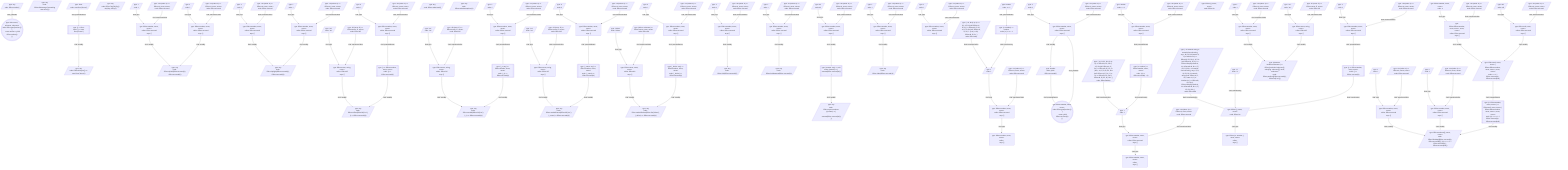
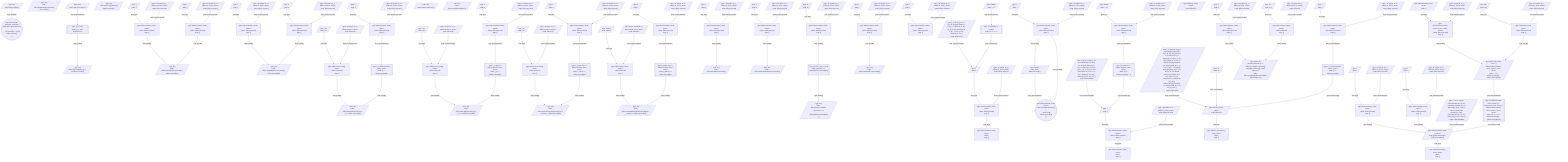
flowchart TB
  0((("type: Effect#lt;void, unknown, unknown#gt;<br/>node: Effect.gen#40;function*#40;#41; #123;#92;n    const runtime = yield* Effect.runtime#40;#41;#92;n#125;#41;")))
  1[/"type: any<br/>node: Effect.runtime#40;#41;"/]
  2[/"type: any<br/>node: Effect.dieMessage#40;#quot;something went wrong#quot;#41;"/]
  3[/"type: any<br/>node: Effect.dieSync#40;#40;#41; =#gt; new Error#40;#quot;boom#quot;#41;#41;"/]
  4[["type: #40;#41; =#gt; Error<br/>node: #40;#41; =#gt; new Error#40;#quot;boom#quot;#41;"]]
  5[/"type: Error<br/>node: new Error#40;#quot;boom#quot;#41;"/]
  6[/"type: any<br/>node: Effect.Tag#40;#quot;MyTag#quot;#41;#lt;MyTag, string#gt;#40;#41;"/]
  7[/"type: any<br/>node: Effect.zipLeft#40;Effect.succeed#40;1#41;, Effect.succeed#40;2#41;#41;"/]
  8[/"type: 1<br/>node: 1"/]
  9["type: Effect#lt;number, never, never#gt;<br/>callee: Effect.succeed<br/>args: #91;#93;"]
  10[/"type: #lt;A#gt;#40;value: A#41; =#gt; Effect#lt;A, never, never#gt;<br/>node: Effect.succeed"/]
  11[/"type: 2<br/>node: 2"/]
  12["type: Effect#lt;number, never, never#gt;<br/>callee: Effect.succeed<br/>args: #91;#93;"]
  13[/"type: #lt;A#gt;#40;value: A#41; =#gt; Effect#lt;A, never, never#gt;<br/>node: Effect.succeed"/]
  14[/"type: any<br/>node: Effect.zipRight#40;Effect.succeed#40;1#41;, Effect.succeed#40;2#41;#41;"/]
  15[/"type: 1<br/>node: 1"/]
  16["type: Effect#lt;number, never, never#gt;<br/>callee: Effect.succeed<br/>args: #91;#93;"]
  17[/"type: #lt;A#gt;#40;value: A#41; =#gt; Effect#lt;A, never, never#gt;<br/>node: Effect.succeed"/]
  18[/"type: 2<br/>node: 2"/]
  19["type: Effect#lt;number, never, never#gt;<br/>callee: Effect.succeed<br/>args: #91;#93;"]
  20[/"type: #lt;A#gt;#40;value: A#41; =#gt; Effect#lt;A, never, never#gt;<br/>node: Effect.succeed"/]
  21[/"type: any<br/>node: Effect.orElse#40;Effect.fail#40;#quot;err#quot;#41;, #40;#41; =#gt; Effect.succeed#40;0#41;#41;"/]
  22[/"type: #quot;err#quot;<br/>node: #quot;err#quot;"/]
  23["type: Effect#lt;never, string, never#gt;<br/>callee: Effect.fail<br/>args: #91;#93;"]
  24[/"type: #lt;E#gt;#40;error: E#41; =#gt; Effect#lt;never, E, never#gt;<br/>node: Effect.fail"/]
  25[["type: #40;#41; =#gt; Effect#lt;number, never, never#gt;<br/>node: #40;#41; =#gt; Effect.succeed#40;0#41;"]]
  26[/"type: 0<br/>node: 0"/]
  27["type: Effect#lt;number, never, never#gt;<br/>callee: Effect.succeed<br/>args: #91;#93;"]
  28[/"type: #lt;A#gt;#40;value: A#41; =#gt; Effect#lt;A, never, never#gt;<br/>node: Effect.succeed"/]
  29[/"type: any<br/>node: Effect.makeLatch#40;#41;"/]
  30[/"type: any<br/>node: Effect.makeSemaphore#40;1#41;"/]
  31[/"type: any<br/>node: Effect.catchAll#40;Effect.fail#40;#quot;err#quot;#41;, #40;_e#41; =#gt; Effect.succeed#40;0#41;#41;"/]
  32[/"type: #quot;err#quot;<br/>node: #quot;err#quot;"/]
  33["type: Effect#lt;never, string, never#gt;<br/>callee: Effect.fail<br/>args: #91;#93;"]
  34[/"type: #lt;E#gt;#40;error: E#41; =#gt; Effect#lt;never, E, never#gt;<br/>node: Effect.fail"/]
  35[["type: #40;_e: any#41; =#gt; Effect#lt;number, never, never#gt;<br/>node: #40;_e#41; =#gt; Effect.succeed#40;0#41;"]]
  36[/"type: 0<br/>node: 0"/]
  37["type: Effect#lt;number, never, never#gt;<br/>callee: Effect.succeed<br/>args: #91;#93;"]
  38[/"type: #lt;A#gt;#40;value: A#41; =#gt; Effect#lt;A, never, never#gt;<br/>node: Effect.succeed"/]
  39[/"type: any<br/>node: Effect.catchAllCause#40;Effect.fail#40;#quot;err#quot;#41;, #40;_cause#41; =#gt; Effect.succeed#40;0#41;#41;"/]
  40[/"type: #quot;err#quot;<br/>node: #quot;err#quot;"/]
  41["type: Effect#lt;never, string, never#gt;<br/>callee: Effect.fail<br/>args: #91;#93;"]
  42[/"type: #lt;E#gt;#40;error: E#41; =#gt; Effect#lt;never, E, never#gt;<br/>node: Effect.fail"/]
  43[["type: #40;_cause: any#41; =#gt; Effect#lt;number, never, never#gt;<br/>node: #40;_cause#41; =#gt; Effect.succeed#40;0#41;"]]
  44[/"type: 0<br/>node: 0"/]
  45["type: Effect#lt;number, never, never#gt;<br/>callee: Effect.succeed<br/>args: #91;#93;"]
  46[/"type: #lt;A#gt;#40;value: A#41; =#gt; Effect#lt;A, never, never#gt;<br/>node: Effect.succeed"/]
  47[/"type: any<br/>node: Effect.catchAllDefect#40;Effect.die#40;#quot;defect#quot;#41;, #40;_defect#41; =#gt; Effect.succeed#40;0#41;#41;"/]
  48[/"type: #quot;defect#quot;<br/>node: #quot;defect#quot;"/]
  49["type: Effect#lt;never, never, never#gt;<br/>callee: Effect.die<br/>args: #91;#93;"]
  50[/"type: #40;defect: unknown#41; =#gt; Effect#lt;never, never, never#gt;<br/>node: Effect.die"/]
  51[["type: #40;_defect: any#41; =#gt; Effect#lt;number, never, never#gt;<br/>node: #40;_defect#41; =#gt; Effect.succeed#40;0#41;"]]
  52[/"type: 0<br/>node: 0"/]
  53["type: Effect#lt;number, never, never#gt;<br/>callee: Effect.succeed<br/>args: #91;#93;"]
  54[/"type: #lt;A#gt;#40;value: A#41; =#gt; Effect#lt;A, never, never#gt;<br/>node: Effect.succeed"/]
  55[/"type: any<br/>node: Effect.fork#40;Effect.succeed#40;1#41;#41;"/]
  56[/"type: 1<br/>node: 1"/]
  57["type: Effect#lt;number, never, never#gt;<br/>callee: Effect.succeed<br/>args: #91;#93;"]
  58[/"type: #lt;A#gt;#40;value: A#41; =#gt; Effect#lt;A, never, never#gt;<br/>node: Effect.succeed"/]
  59[/"type: any<br/>node: Effect.forkDaemon#40;Effect.succeed#40;1#41;#41;"/]
  60[/"type: 1<br/>node: 1"/]
  61["type: Effect#lt;number, never, never#gt;<br/>callee: Effect.succeed<br/>args: #91;#93;"]
  62[/"type: #lt;A#gt;#40;value: A#41; =#gt; Effect#lt;A, never, never#gt;<br/>node: Effect.succeed"/]
  63[/"type: any<br/>node: Effect.async#lt;number#gt;#40;#40;resume#41; =#gt; #123;#92;n    resume#40;Effect.succeed#40;42#41;#41;#92;n#125;#41;"/]
  64[["type: #40;resume: any#41; =#gt; void<br/>node: #40;resume#41; =#gt; #123;#92;n    resume#40;Effect.succeed#40;42#41;#41;#92;n#125;"]]
  65[/"type: 42<br/>node: 42"/]
  66["type: Effect#lt;number, never, never#gt;<br/>callee: Effect.succeed<br/>args: #91;#93;"]
  67[/"type: #lt;A#gt;#40;value: A#41; =#gt; Effect#lt;A, never, never#gt;<br/>node: Effect.succeed"/]
  68[/"type: any<br/>node: Effect.either#40;Effect.succeed#40;1#41;#41;"/]
  69[/"type: 1<br/>node: 1"/]
  70["type: Effect#lt;number, never, never#gt;<br/>callee: Effect.succeed<br/>args: #91;#93;"]
  71[/"type: #lt;A#gt;#40;value: A#41; =#gt; Effect#lt;A, never, never#gt;<br/>node: Effect.succeed"/]
  72[/"type: 1<br/>node: 1"/]
  73["type: Effect#lt;number, never, never#gt;<br/>callee: Effect.succeed<br/>args: #91;#93;"]
  74[/"type: #lt;A#gt;#40;value: A#41; =#gt; Effect#lt;A, never, never#gt;<br/>node: Effect.succeed"/]
  75[/"type: 1<br/>node: 1"/]
  76["type: Effect#lt;number, never, never#gt;<br/>callee: Effect.succeed<br/>args: #91;#93;"]
  77[/"type: #lt;A#gt;#40;value: A#41; =#gt; Effect#lt;A, never, never#gt;<br/>node: Effect.succeed"/]
  78["type: Effect#lt;number, never, never#gt;<br/>callee: <br/>args: #91;#93;"]
  79[/"type: #123; #lt;A, B#gt;#40;f: #40;a: A#41; =#gt; B#41;: #lt;E, R#gt;#40;self: Effect#lt;A, E, R#gt;#41; =#gt; Effect#lt;B, E, R#gt;; #lt;A, E, R, B#gt;#40;self: Effect#lt;A, E, R#gt;, f: #40;a: A#41; =#gt; B#41;: Effect#lt;B, E, R#gt;; #125;<br/>node: Effect.map"/]
  80[["type: #40;n: number#41; =#gt; number<br/>node: #40;n#41; =#gt; n + 1"]]
  81[/"type: number<br/>node: n + 1"/]
  82((("type: Effect#lt;number, never, never#gt;<br/>node: Effect.gen#40;function*#40;#41; #123;#92;n    return yield* Effect.succeed#40;1#41;#92;n#125;#41;")))
  83[/"type: number<br/>node: yield* Effect.succeed#40;1#41;"/]
  84[/"type: 1<br/>node: 1"/]
  85["type: Effect#lt;number, never, never#gt;<br/>callee: Effect.succeed<br/>args: #91;#93;"]
  86[/"type: #lt;A#gt;#40;value: A#41; =#gt; Effect#lt;A, never, never#gt;<br/>node: Effect.succeed"/]
  87[/"type: 1<br/>node: 1"/]
  88["type: Effect#lt;number, never, never#gt;<br/>callee: Effect.succeed<br/>args: #91;#93;"]
  89[/"type: #lt;A#gt;#40;value: A#41; =#gt; Effect#lt;A, never, never#gt;<br/>node: Effect.succeed"/]
  90["type: Effect#lt;number, never, never#gt;<br/>callee: <br/>args: #91;#93;"]
  91[/"type: #123; #lt;A, B, E1, R1#gt;#40;f: #40;a: A#41; =#gt; Effect#lt;B, E1, R1#gt;#41;: #lt;E, R#gt;#40;self: Effect#lt;A, E, R#gt;#41; =#gt; Effect#lt;B, E #124; E1, R #124; R1#gt;; #lt;A, E, R, B, E1, R1#gt;#40;self: Effect#lt;A, E, R#gt;, f: #40;a: A#41; =#gt; Effect#lt;B, E1, R1#gt;#41;: Effect#lt;B, E #124; E1, R #124; R1#gt;; #125;<br/>node: Effect.flatMap"/]
  92[["type: #40;n: number#41; =#gt; Effect#lt;number, never, never#gt;<br/>node: #40;n#41; =#gt; Effect.succeed#40;n + 1#41;"]]
  93[/"type: number<br/>node: n + 1"/]
  94["type: Effect#lt;number, never, never#gt;<br/>callee: Effect.succeed<br/>args: #91;#93;"]
  95[/"type: #lt;A#gt;#40;value: A#41; =#gt; Effect#lt;A, never, never#gt;<br/>node: Effect.succeed"/]
  96[/"type: Effect#lt;#123;#125;, never, never#gt;<br/>node: Effect.Do"/]
  97[/"type: Effect#lt;#123;#125;, never, never#gt;<br/>node: Effect.Do"/]
  98["type: Effect#lt;#123; a: number; #125;, never, never#gt;<br/>callee: <br/>args: #91;#93;"]
  99[/"type: #123; #lt;N extends string, A extends Record#lt;string, any#gt;, B, E2, R2#gt;#40;name: N, f: #40;a: NoInfer#lt;A#gt;#41; =#gt; Effect#lt;B, E2, R2#gt;#41;: #lt;E, R#gt;#40;self: Effect#lt;A, E, R#gt;#41; =#gt; Effect#lt;Simplify#lt;Omit#lt;A, N#gt; #amp; Record#lt;N, B#gt;#gt;, E #124; E2, R #124; R2#gt;; #lt;A extends Record#lt;string, any#gt;, E, R, B, E2, R2, N extends string#gt;#40;self: Effect#lt;A, E, R#gt;, name: N, f: #40;a: NoInfer#lt;A#gt;#41; =#gt; Effect#lt;B, E2, R2#gt;#41;: Effect#lt;Simplify#lt;Omit#lt;A, N#gt; #amp; Record#lt;N, B#gt;#gt;, E #124; E2, R #124; R2#gt;; #125;<br/>node: Effect.bind"/]
  100[/"type: #quot;a#quot;<br/>node: #quot;a#quot;"/]
  101[["type: #40;#41; =#gt; Effect#lt;number, never, never#gt;<br/>node: #40;#41; =#gt; Effect.succeed#40;1#41;"]]
  102[/"type: 1<br/>node: 1"/]
  103["type: Effect#lt;number, never, never#gt;<br/>callee: Effect.succeed<br/>args: #91;#93;"]
  104[/"type: #lt;A#gt;#40;value: A#41; =#gt; Effect#lt;A, never, never#gt;<br/>node: Effect.succeed"/]
  105[/"type: #40;elements: Iterable#lt;unknown#gt;#41; =#gt; Effect#lt;#91;excluded: unknown#91;#93;, satisfying: unknown#91;#93;#93;, never, unknown#gt;<br/>node: Effect.partition#40;#91;Effect.succeed#40;1#41;, Effect.fail#40;#quot;err#quot;#41;#93;#41;"/]
  106[/"type: 1<br/>node: 1"/]
  107["type: Effect#lt;number, never, never#gt;<br/>callee: Effect.succeed<br/>args: #91;#93;"]
  108[/"type: #lt;A#gt;#40;value: A#41; =#gt; Effect#lt;A, never, never#gt;<br/>node: Effect.succeed"/]
  109[/"type: #quot;err#quot;<br/>node: #quot;err#quot;"/]
  110["type: Effect#lt;never, string, never#gt;<br/>callee: Effect.fail<br/>args: #91;#93;"]
  111[/"type: #lt;E#gt;#40;error: E#41; =#gt; Effect#lt;never, E, never#gt;<br/>node: Effect.fail"/]
-   112[/"type: Effect#lt;unknown#91;#93;, never, never#gt;<br/>node: Effect.filterMap#40;#91;Effect.succeed#40;1#41;, Effect.succeed#40;2#41;#93;, #40;n#41; =#gt; n #gt; 1 ? Effect.succeed#40;n#41; : Effect.succeed#40;null#41;#41;"/]
+   112[/"type: Effect#lt;number, never, never#gt;#91;#93;<br/>node: #91;Effect.succeed#40;1#41;, Effect.succeed#40;2#41;#93;"/]
  113[/"type: 1<br/>node: 1"/]
  114["type: Effect#lt;number, never, never#gt;<br/>callee: Effect.succeed<br/>args: #91;#93;"]
  115[/"type: #lt;A#gt;#40;value: A#41; =#gt; Effect#lt;A, never, never#gt;<br/>node: Effect.succeed"/]
  116[/"type: 2<br/>node: 2"/]
  117["type: Effect#lt;number, never, never#gt;<br/>callee: Effect.succeed<br/>args: #91;#93;"]
  118[/"type: #lt;A#gt;#40;value: A#41; =#gt; Effect#lt;A, never, never#gt;<br/>node: Effect.succeed"/]
-   119[["type: #40;n: Effect#lt;number, never, never#gt;#41; =#gt; Effect#lt;null, never, never#gt; #124; Effect#lt;Effect#lt;number, never, never#gt;, never, never#gt;<br/>node: #40;n#41; =#gt; n #gt; 1 ? Effect.succeed#40;n#41; : Effect.succeed#40;null#41;"]]
-   120[/"type: Effect#lt;null, never, never#gt; #124; Effect#lt;Effect#lt;number, never, never#gt;, never, never#gt;<br/>node: n #gt; 1 ? Effect.succeed#40;n#41; : Effect.succeed#40;null#41;"/]
-   121[/"type: Effect#lt;number, never, never#gt;<br/>node: n"/]
-   122["type: Effect#lt;Effect#lt;number, never, never#gt;, never, never#gt;<br/>callee: Effect.succeed<br/>args: #91;#93;"]
-   123[/"type: #lt;A#gt;#40;value: A#41; =#gt; Effect#lt;A, never, never#gt;<br/>node: Effect.succeed"/]
-   124[/"type: null<br/>node: null"/]
-   125["type: Effect#lt;null, never, never#gt;<br/>callee: Effect.succeed<br/>args: #91;#93;"]
-   126[/"type: #lt;A#gt;#40;value: A#41; =#gt; Effect#lt;A, never, never#gt;<br/>node: Effect.succeed"/]
+   119["type: Effect#lt;unknown#91;#93;, never, never#gt;<br/>callee: <br/>args: #91;#93;"]
+   120[/"type: #123; #lt;A, B, X#gt;#40;filter: Filter#lt;NoInfer#lt;A#gt;, B, X#gt;#41;: #40;elements: Iterable#lt;A#gt;#41; =#gt; Effect#lt;B#91;#93;, never, never#gt;; #lt;A, B, X#gt;#40;elements: Iterable#lt;A#gt;, filter: Filter#lt;NoInfer#lt;A#gt;, B, X#gt;#41;: Effect#lt;B#91;#93;, never, never#gt;; #125;<br/>node: Effect.filterMap"/]
+   121[["type: #40;n: Effect#lt;number, never, never#gt;#41; =#gt; Effect#lt;null, never, never#gt; #124; Effect#lt;Effect#lt;number, never, never#gt;, never, never#gt;<br/>node: #40;n#41; =#gt; n #gt; 1 ? Effect.succeed#40;n#41; : Effect.succeed#40;null#41;"]]
+   122[/"type: Effect#lt;null, never, never#gt; #124; Effect#lt;Effect#lt;number, never, never#gt;, never, never#gt;<br/>node: n #gt; 1 ? Effect.succeed#40;n#41; : Effect.succeed#40;null#41;"/]
+   123[/"type: Effect#lt;number, never, never#gt;<br/>node: n"/]
+   124["type: Effect#lt;Effect#lt;number, never, never#gt;, never, never#gt;<br/>callee: Effect.succeed<br/>args: #91;#93;"]
+   125[/"type: #lt;A#gt;#40;value: A#41; =#gt; Effect#lt;A, never, never#gt;<br/>node: Effect.succeed"/]
+   126[/"type: null<br/>node: null"/]
+   127["type: Effect#lt;null, never, never#gt;<br/>callee: Effect.succeed<br/>args: #91;#93;"]
+   128[/"type: #lt;A#gt;#40;value: A#41; =#gt; Effect#lt;A, never, never#gt;<br/>node: Effect.succeed"/]
  1 -->|"kind: yieldable"| 0
  5 -->|"kind: potentialReturn"| 4
  4 -->|"kind: usedBy"| 3
  8 -->|"kind: pipe"| 9
  10 -->|"kind: transformCallee"| 9
  9 -->|"kind: usedBy"| 7
  11 -->|"kind: pipe"| 12
  13 -->|"kind: transformCallee"| 12
  12 -->|"kind: usedBy"| 7
  15 -->|"kind: pipe"| 16
  17 -->|"kind: transformCallee"| 16
  16 -->|"kind: usedBy"| 14
  18 -->|"kind: pipe"| 19
  20 -->|"kind: transformCallee"| 19
  19 -->|"kind: usedBy"| 14
  22 -->|"kind: pipe"| 23
  24 -->|"kind: transformCallee"| 23
  23 -->|"kind: usedBy"| 21
  26 -->|"kind: pipe"| 27
  28 -->|"kind: transformCallee"| 27
  27 -->|"kind: potentialReturn"| 25
  25 -->|"kind: usedBy"| 21
  32 -->|"kind: pipe"| 33
  34 -->|"kind: transformCallee"| 33
  33 -->|"kind: usedBy"| 31
  36 -->|"kind: pipe"| 37
  38 -->|"kind: transformCallee"| 37
  37 -->|"kind: potentialReturn"| 35
  35 -->|"kind: usedBy"| 31
  40 -->|"kind: pipe"| 41
  42 -->|"kind: transformCallee"| 41
  41 -->|"kind: usedBy"| 39
  44 -->|"kind: pipe"| 45
  46 -->|"kind: transformCallee"| 45
  45 -->|"kind: potentialReturn"| 43
  43 -->|"kind: usedBy"| 39
  48 -->|"kind: pipe"| 49
  50 -->|"kind: transformCallee"| 49
  49 -->|"kind: usedBy"| 47
  52 -->|"kind: pipe"| 53
  54 -->|"kind: transformCallee"| 53
  53 -->|"kind: potentialReturn"| 51
  51 -->|"kind: usedBy"| 47
  56 -->|"kind: pipe"| 57
  58 -->|"kind: transformCallee"| 57
  57 -->|"kind: usedBy"| 55
  60 -->|"kind: pipe"| 61
  62 -->|"kind: transformCallee"| 61
  61 -->|"kind: usedBy"| 59
  65 -->|"kind: pipe"| 66
  67 -->|"kind: transformCallee"| 66
  66 -->|"kind: usedBy"| 64
  64 -->|"kind: usedBy"| 63
  69 -->|"kind: pipe"| 70
  71 -->|"kind: transformCallee"| 70
  70 -->|"kind: usedBy"| 68
  72 -->|"kind: pipe"| 73
  74 -->|"kind: transformCallee"| 73
  75 -->|"kind: pipe"| 76
  77 -->|"kind: transformCallee"| 76
  76 -->|"kind: pipe"| 78
  79 -->|"kind: transformCallee"| 75
  81 -->|"kind: potentialReturn"| 80
  80 -->|"kind: transformArg"| 75
  84 -->|"kind: pipe"| 85
  86 -->|"kind: transformCallee"| 85
  85 -->|"kind: usedBy"| 83
  83 -->|"kind: potentialReturn"| 82
  85 -->|"kind: yieldable"| 82
  87 -->|"kind: pipe"| 88
  89 -->|"kind: transformCallee"| 88
  88 -->|"kind: pipe"| 90
  91 -->|"kind: transformCallee"| 87
  93 -->|"kind: pipe"| 94
  95 -->|"kind: transformCallee"| 94
  94 -->|"kind: potentialReturn"| 92
  92 -->|"kind: transformArg"| 87
  97 -->|"kind: pipe"| 98
  99 -->|"kind: transformCallee"| 97
  100 -->|"kind: transformArg"| 97
  102 -->|"kind: pipe"| 103
  104 -->|"kind: transformCallee"| 103
  103 -->|"kind: potentialReturn"| 101
  101 -->|"kind: transformArg"| 97
  106 -->|"kind: pipe"| 107
  108 -->|"kind: transformCallee"| 107
  107 -->|"kind: usedBy"| 105
  109 -->|"kind: pipe"| 110
  111 -->|"kind: transformCallee"| 110
  110 -->|"kind: usedBy"| 105
  113 -->|"kind: pipe"| 114
  115 -->|"kind: transformCallee"| 114
  114 -->|"kind: usedBy"| 112
  116 -->|"kind: pipe"| 117
  118 -->|"kind: transformCallee"| 117
  117 -->|"kind: usedBy"| 112
-   121 -->|"kind: pipe"| 122
-   123 -->|"kind: transformCallee"| 122
-   122 -->|"kind: usedBy"| 120
-   124 -->|"kind: pipe"| 125
-   126 -->|"kind: transformCallee"| 125
-   125 -->|"kind: usedBy"| 120
-   120 -->|"kind: potentialReturn"| 119
-   119 -->|"kind: usedBy"| 112+   112 -->|"kind: pipe"| 119
+   120 -->|"kind: transformCallee"| 112
+   123 -->|"kind: pipe"| 124
+   125 -->|"kind: transformCallee"| 124
+   124 -->|"kind: usedBy"| 122
+   126 -->|"kind: pipe"| 127
+   128 -->|"kind: transformCallee"| 127
+   127 -->|"kind: usedBy"| 122
+   122 -->|"kind: potentialReturn"| 121
+   121 -->|"kind: transformArg"| 112